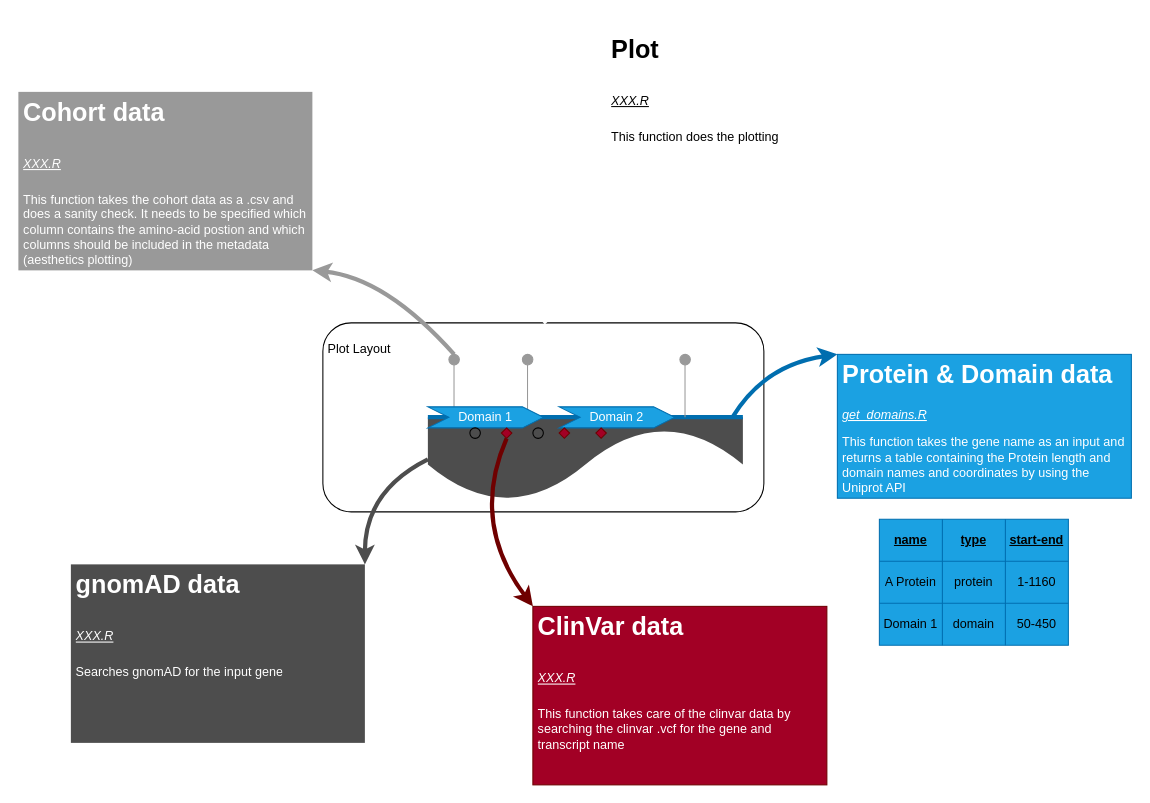
This is functions_overview.drawio from RJauss/LolliplotR, a draw.io file, before an edit. Source tidied: cells renumbered, new cells numbered last; positions are measured from the earlier drawing's top-left corner, leaving out a move shared by most shapes. Both pictures are drawn from the tidied source at 105%, with x=0, y=0 at pixel (18, 28).
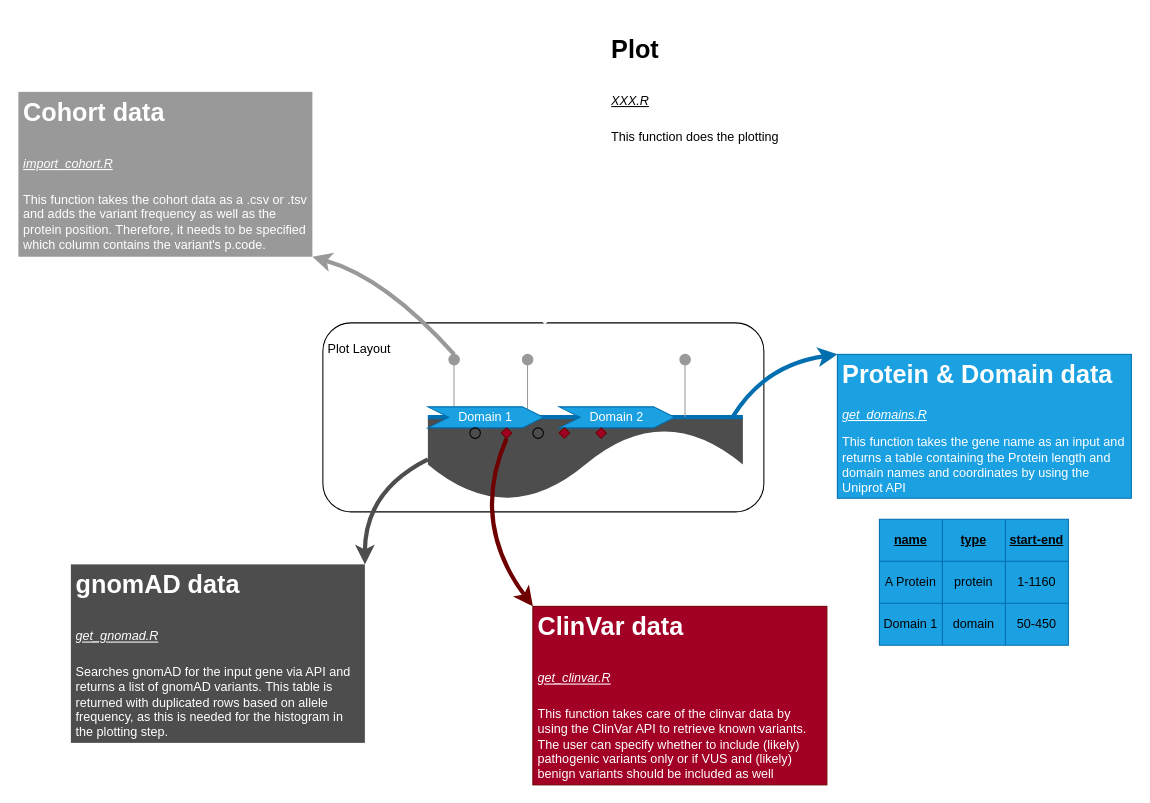
The same diagram, later.

Commit message (it also covers changes not shown here):
Added function import_cohort.R

The edit, as a diff of the source:
```diff
@@
-    <mxCell id="35" value="&lt;h1&gt;&lt;span style=&quot;background-color: initial;&quot;&gt;Cohort data&lt;/span&gt;&lt;/h1&gt;&lt;h1&gt;&lt;span style=&quot;background-color: initial;&quot;&gt;&lt;i style=&quot;font-size: 12px; font-weight: normal; text-decoration-line: underline;&quot;&gt;XXX.R&lt;/i&gt;&lt;/span&gt;&lt;br&gt;&lt;/h1&gt;&lt;p&gt;This function takes the cohort data as a .csv and does a sanity check. It needs to be specified which column contains the amino-acid postion and which columns should be included in the metadata (aesthetics plotting)&lt;/p&gt;" style="text;html=1;strokeColor=none;fillColor=#999999;spacing=5;spacingTop=-20;whiteSpace=wrap;overflow=hidden;rounded=0;fontColor=#ffffff;" parent="1" vertex="1">
-      <mxGeometry y="60" width="280" height="170" as="geometry" />
+    <mxCell id="35" value="&lt;h1&gt;&lt;span style=&quot;background-color: initial;&quot;&gt;Cohort data&lt;/span&gt;&lt;/h1&gt;&lt;h1&gt;&lt;span style=&quot;background-color: initial;&quot;&gt;&lt;i style=&quot;font-size: 12px; font-weight: normal; text-decoration-line: underline;&quot;&gt;import_cohort.R&lt;/i&gt;&lt;/span&gt;&lt;br&gt;&lt;/h1&gt;&lt;p&gt;This function takes the cohort data as a .csv or .tsv and adds the variant frequency as well as the protein position. Therefore, it needs to be specified which column contains the variant's p.code.&lt;/p&gt;" style="text;html=1;strokeColor=none;fillColor=#999999;spacing=5;spacingTop=-20;whiteSpace=wrap;overflow=hidden;rounded=0;fontColor=#ffffff;" parent="1" vertex="1">
+      <mxGeometry y="60" width="280" height="157" as="geometry" />
     </mxCell>
@@
-    <mxCell id="37" value="&lt;h1&gt;&lt;span style=&quot;background-color: initial;&quot;&gt;ClinVar data&lt;/span&gt;&lt;/h1&gt;&lt;h1&gt;&lt;span style=&quot;background-color: initial;&quot;&gt;&lt;i style=&quot;font-size: 12px; font-weight: normal; text-decoration-line: underline;&quot;&gt;XXX.R&lt;/i&gt;&lt;/span&gt;&lt;br&gt;&lt;/h1&gt;&lt;p&gt;This function takes care of the clinvar data by searching the clinvar .vcf for the gene and transcript name&lt;/p&gt;" style="text;html=1;strokeColor=#6F0000;fillColor=#a20025;spacing=5;spacingTop=-20;whiteSpace=wrap;overflow=hidden;rounded=0;fontColor=#ffffff;" parent="1" vertex="1">
+    <mxCell id="37" value="&lt;h1&gt;&lt;span style=&quot;background-color: initial;&quot;&gt;ClinVar data&lt;/span&gt;&lt;/h1&gt;&lt;h1&gt;&lt;span style=&quot;background-color: initial;&quot;&gt;&lt;i style=&quot;font-size: 12px; font-weight: normal; text-decoration-line: underline;&quot;&gt;get_clinvar.R&lt;/i&gt;&lt;/span&gt;&lt;br&gt;&lt;/h1&gt;&lt;p&gt;This function takes care of the clinvar data by using the ClinVar API to retrieve known variants. The user can specify whether to include (likely) pathogenic variants only or if VUS and (likely) benign variants should be included as well&lt;/p&gt;" style="text;html=1;strokeColor=#6F0000;fillColor=#a20025;spacing=5;spacingTop=-20;whiteSpace=wrap;overflow=hidden;rounded=0;fontColor=#ffffff;" parent="1" vertex="1">
       <mxGeometry x="490" y="550" width="280" height="170" as="geometry" />
     </mxCell>
-    <mxCell id="38" value="&lt;h1&gt;&lt;span style=&quot;background-color: initial;&quot;&gt;gnomAD data&lt;/span&gt;&lt;/h1&gt;&lt;h1&gt;&lt;span style=&quot;background-color: initial;&quot;&gt;&lt;i style=&quot;font-size: 12px; font-weight: normal; text-decoration-line: underline;&quot;&gt;XXX.R&lt;/i&gt;&lt;/span&gt;&lt;br&gt;&lt;/h1&gt;&lt;p&gt;Searches gnomAD for the input gene&lt;/p&gt;" style="text;html=1;strokeColor=none;fillColor=#4D4D4D;spacing=5;spacingTop=-20;whiteSpace=wrap;overflow=hidden;rounded=0;fontColor=#ffffff;" parent="1" vertex="1">
+    <mxCell id="38" value="&lt;h1&gt;&lt;span style=&quot;background-color: initial;&quot;&gt;gnomAD data&lt;/span&gt;&lt;/h1&gt;&lt;h1&gt;&lt;span style=&quot;background-color: initial;&quot;&gt;&lt;i style=&quot;font-size: 12px; font-weight: normal; text-decoration-line: underline;&quot;&gt;get_gnomad.R&lt;/i&gt;&lt;/span&gt;&lt;br&gt;&lt;/h1&gt;&lt;p&gt;Searches gnomAD for the input gene via API and returns a list of gnomAD variants. This table is returned with duplicated rows based on allele frequency, as this is needed for the histogram in the plotting step.&amp;nbsp;&lt;/p&gt;" style="text;html=1;strokeColor=none;fillColor=#4D4D4D;spacing=5;spacingTop=-20;whiteSpace=wrap;overflow=hidden;rounded=0;fontColor=#ffffff;" parent="1" vertex="1">
       <mxGeometry x="50" y="510" width="280" height="170" as="geometry" />
     </mxCell>
```
